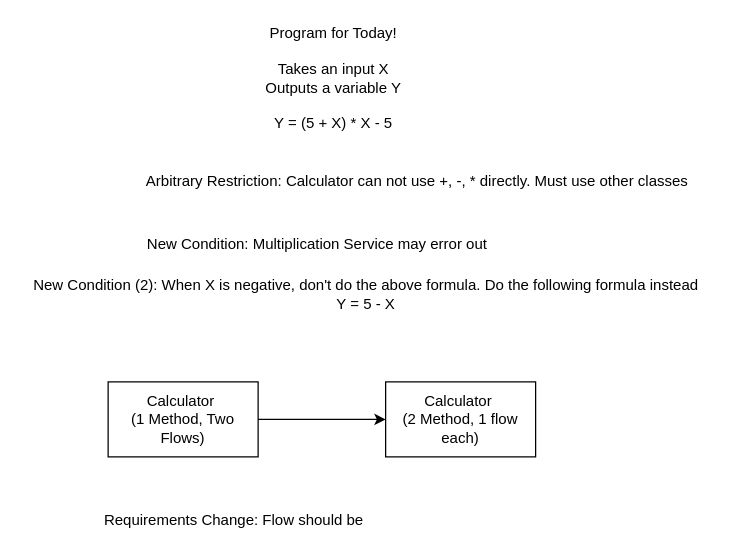
Earlier version of the draw.io diagram VideoDiagram.drawio (NguyenAndrew/UnitTestVideoTutorial). Source tidied: cells renumbered, new cells numbered last; positions are measured from the earlier drawing's top-left corner, leaving out a move shared by most shapes. Both pictures are drawn from the tidied source at 125%, with x=0, y=0 at pixel (21, 21).
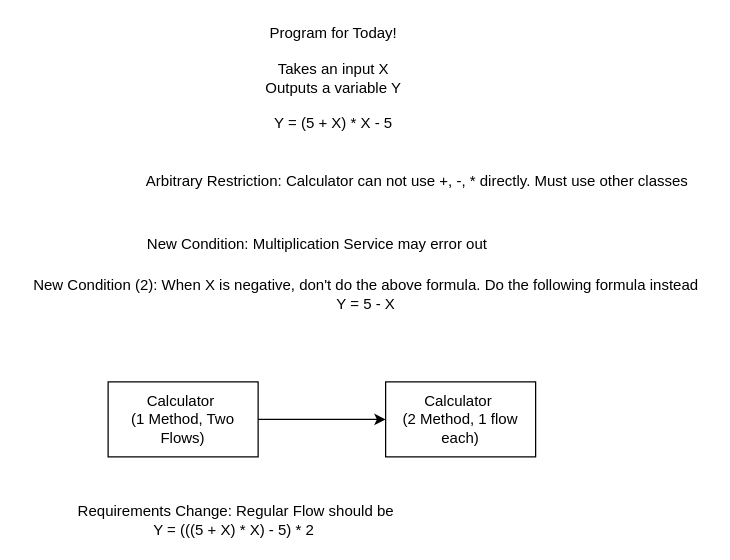
The same diagram, later.

What changed in the source:
```diff
@@
 <mxGraphModel>
   <root>
     <mxCell id="0" />
     <mxCell id="1" parent="0" />
     <mxCell id="2" value="Program for Today!&lt;br&gt;&lt;br&gt;Takes an input X&lt;br&gt;Outputs a variable Y&lt;br&gt;&lt;br&gt;Y = (5 + X) * X - 5" style="text;html=1;align=center;verticalAlign=middle;" parent="1" vertex="1">
       <mxGeometry x="189" width="120" height="90" as="geometry" />
     </mxCell>
     <mxCell id="3" value="Arbitrary Restriction: Calculator can not use +, -, * directly. Must use other classes" style="text;html=1;align=center;verticalAlign=middle;" parent="1" vertex="1">
       <mxGeometry x="91" y="118" width="450" height="20" as="geometry" />
     </mxCell>
     <mxCell id="4" value="New Condition: Multiplication Service may error out" style="text;html=1;align=center;verticalAlign=middle;" parent="1" vertex="1">
       <mxGeometry x="91" y="168" width="290" height="20" as="geometry" />
     </mxCell>
     <mxCell id="5" value="New Condition (2): When X is negative, don't do the above formula. Do the following formula instead&lt;br&gt;Y = 5 - X" style="text;html=1;align=center;verticalAlign=middle;" parent="1" vertex="1">
       <mxGeometry y="203" width="550" height="30" as="geometry" />
     </mxCell>
     <mxCell id="6" style="edgeStyle=orthogonalEdgeStyle;rounded=0;jettySize=auto;html=1;entryX=0;entryY=0.5;entryDx=0;entryDy=0;" parent="1" edge="1" source="7" target="8">
       <mxGeometry relative="1" as="geometry" />
     </mxCell>
     <mxCell id="7" value="Calculator&amp;nbsp;&lt;br&gt;(1 Method, Two Flows)" style="rounded=0;whiteSpace=wrap;html=1;" parent="1" vertex="1">
       <mxGeometry x="69" y="288" width="120" height="60" as="geometry" />
     </mxCell>
     <mxCell id="8" value="Calculator&amp;nbsp;&lt;br&gt;(2 Method, 1 flow each)" style="rounded=0;whiteSpace=wrap;html=1;" parent="1" vertex="1">
       <mxGeometry x="291" y="288" width="120" height="60" as="geometry" />
     </mxCell>
-    <mxCell id="9" value="Requirements Change: Flow should be&amp;nbsp;" style="text;html=1;align=center;verticalAlign=middle;" parent="1" vertex="1">
-      <mxGeometry x="56" y="389" width="230" height="20" as="geometry" />
+    <mxCell id="9" value="Requirements Change: Regular Flow should be&lt;br&gt;Y = (((5 + X) * X) - 5) * 2&amp;nbsp;" style="text;html=1;align=center;verticalAlign=middle;" parent="1" vertex="1">
+      <mxGeometry x="36" y="384" width="270" height="30" as="geometry" />
     </mxCell>
   </root>
 </mxGraphModel>
```
